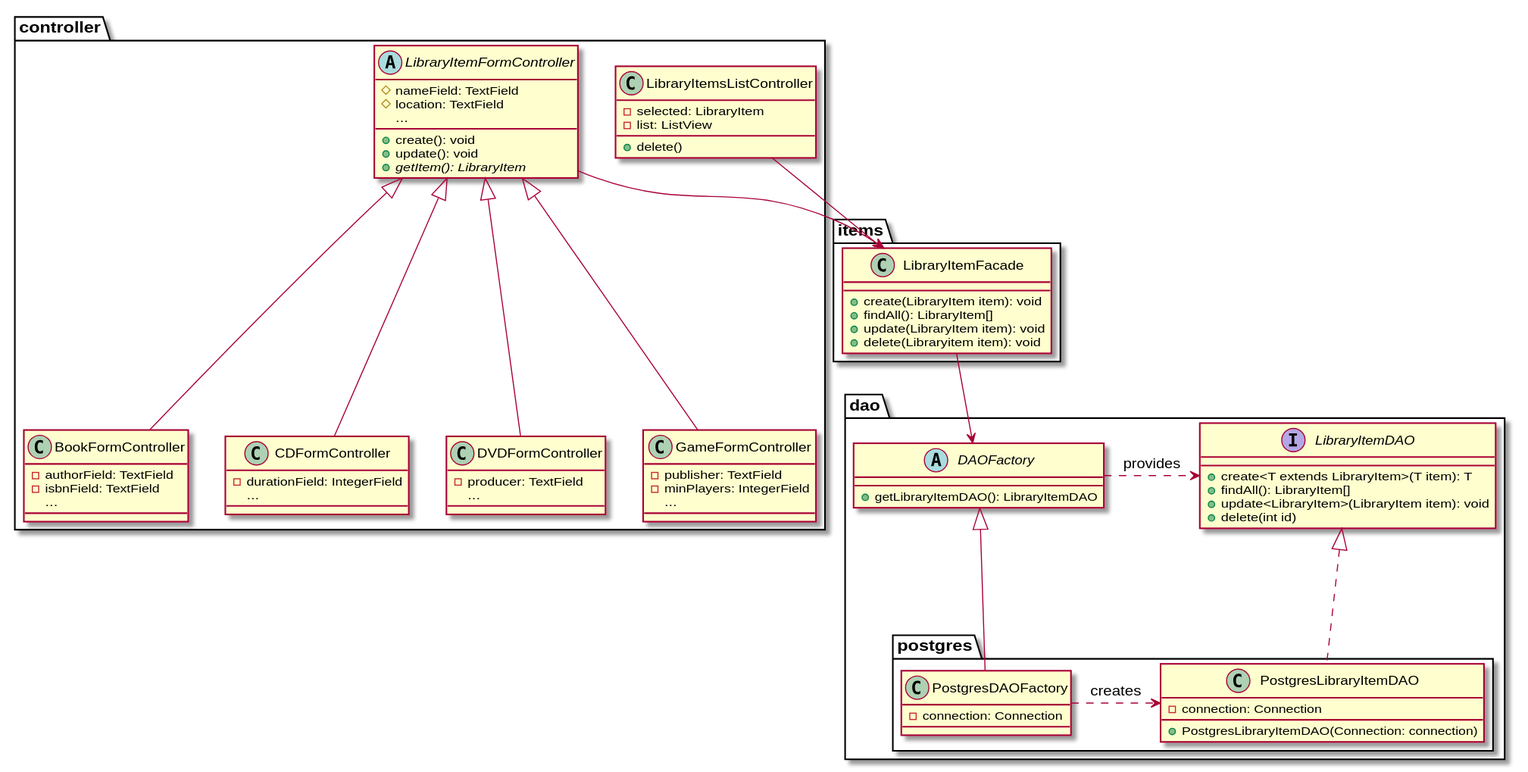
Before: specifications/software-design/library-items-crud/library-item-crud-class-diagram.svg, a diagram exported from PlantUML (BrokenSwing/Comixaire).
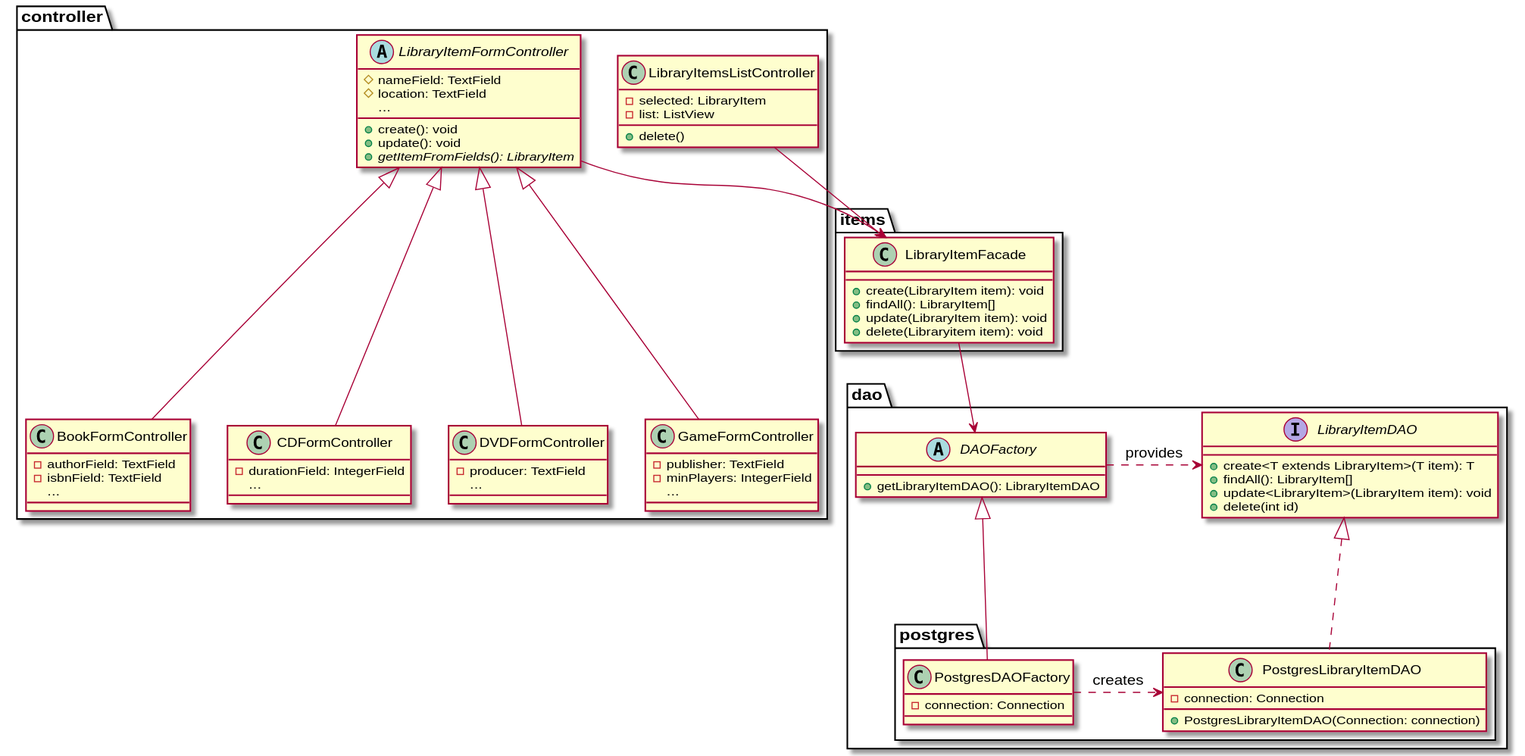
The same diagram one commit later.

Commit message:
Finish library items CRUD sequence diagrams

What changed in the source:
```diff
@@ -7,7 +7,7 @@
     ...
     +create(): void
     +update(): void
-    +{abstract}getItem(): LibraryItem
+    +{abstract}getItemFromFields(): LibraryItem
   }
 
   class BookFormController extends LibraryItemFormController {
```
